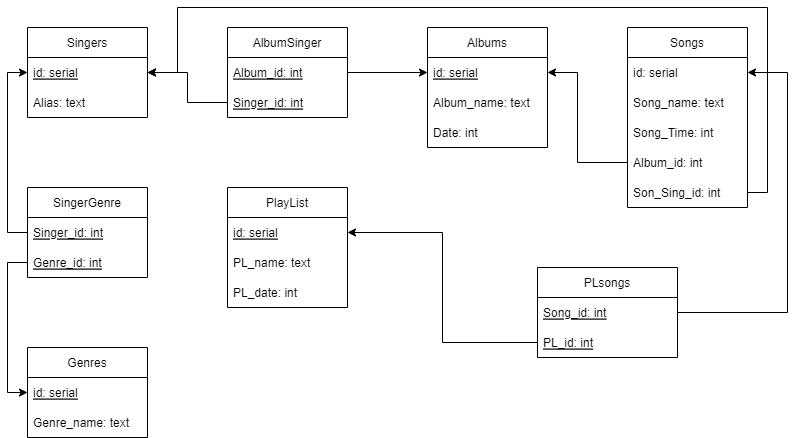
This is HW-2.png from ManGitH/Music, a draw.io export, as it was before one commit. Source tidied: cells renumbered, new cells last; positions are measured from the earlier drawing's top-left corner, leaving out a move shared by most shapes.
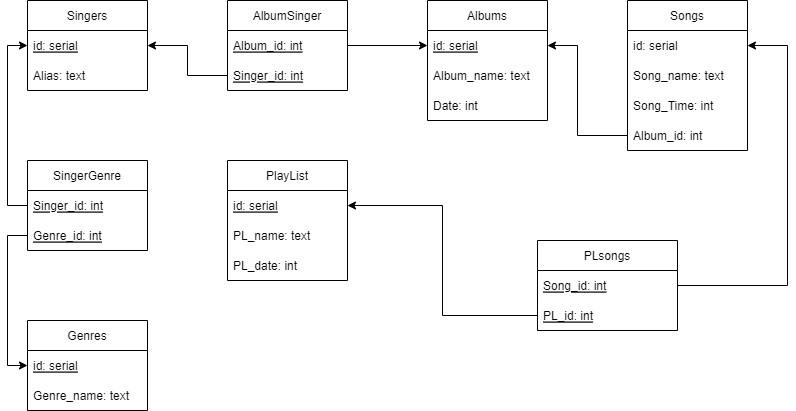
Above is the later version.

Commit message:
songs modif

Change to the diagram source:
```diff
@@ -24,7 +24,7 @@
       <mxGeometry y="90" width="120" height="30" as="geometry" />
     </mxCell>
     <mxCell id="9" value="Songs" style="swimlane;fontStyle=0;horizontal=1;startSize=30;" parent="1" vertex="1">
-      <mxGeometry x="600" y="20" width="120" height="180" as="geometry" />
+      <mxGeometry x="600" y="20" width="120" height="150" as="geometry" />
     </mxCell>
     <mxCell id="10" value="id: serial" style="text;strokeColor=none;fillColor=none;align=left;verticalAlign=middle;spacingLeft=4;spacingRight=4;overflow=hidden;points=[[0,0.5],[1,0.5]];portConstraint=eastwest;" parent="9" vertex="1">
       <mxGeometry y="30" width="120" height="30" as="geometry" />
@@ -38,9 +38,6 @@
     <mxCell id="13" value="Album_id: int" style="text;strokeColor=none;fillColor=none;align=left;verticalAlign=middle;spacingLeft=4;spacingRight=4;overflow=hidden;points=[[0,0.5],[1,0.5]];portConstraint=eastwest;" parent="9" vertex="1">
       <mxGeometry y="120" width="120" height="30" as="geometry" />
     </mxCell>
-    <mxCell id="14" value="Son_Sing_id: int" style="text;strokeColor=none;fillColor=none;align=left;verticalAlign=middle;spacingLeft=4;spacingRight=4;overflow=hidden;points=[[0,0.5],[1,0.5]];portConstraint=eastwest;" parent="9" vertex="1">
-      <mxGeometry y="150" width="120" height="30" as="geometry" />
-    </mxCell>
     <mxCell id="15" value="Genres" style="swimlane;fontStyle=0;horizontal=1;startSize=30;" parent="1" vertex="1">
       <mxGeometry y="340" width="120" height="90" as="geometry" />
     </mxCell>
@@ -58,16 +55,6 @@
         </Array>
       </mxGeometry>
     </mxCell>
-    <mxCell id="19" style="edgeStyle=orthogonalEdgeStyle;rounded=0;jettySize=auto;html=1;exitX=1;exitY=0.5;exitDx=0;exitDy=0;entryX=1;entryY=0.5;entryDx=0;entryDy=0;" parent="1" edge="1" source="14" target="3">
-      <mxGeometry relative="1" as="geometry">
-        <Array as="points">
-          <mxPoint x="740" y="185" />
-          <mxPoint x="740" />
-          <mxPoint x="150" />
-          <mxPoint x="150" y="65" />
-        </Array>
-      </mxGeometry>
-    </mxCell>
     <mxCell id="20" value="SingerGenre" style="swimlane;fontStyle=0;horizontal=1;startSize=30;" parent="1" vertex="1">
       <mxGeometry y="180" width="120" height="90" as="geometry" />
     </mxCell>
```
